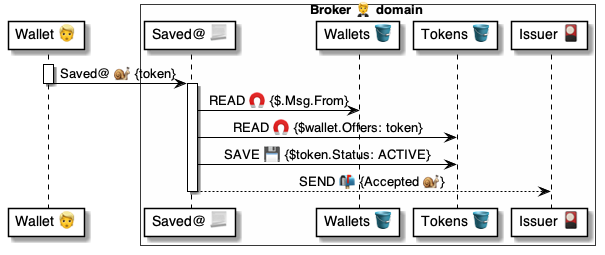
pollyweb-org/pollyweb-docs keeps this PlantUML diagram as 4 ⚙️ Solution/20 🧑‍🦰 UI/Brokers 🤵/🤵🅰️ Broker methods/Tokens 🎫 Saved 🧑‍🦰🐌🤵/🤵 Saved ⚙️ uml.png. Above is the earlier version. Its source is kept beside it as 4 ⚙️ Solution/20 🧑‍🦰 UI/Brokers 🤵/🤵🅰️ Broker methods/Tokens 🎫 Saved 🧑‍🦰🐌🤵/🤵 Saved ⚙️ uml.puml.
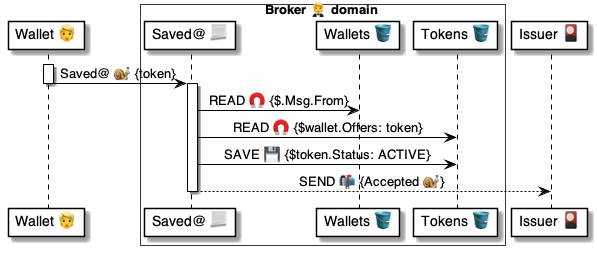
The same file after the commit.

Diff of the diagram source:
```diff
@@ -2,13 +2,13 @@
 
 
 participant "Wallet 👱" as wallet
-
 box Broker 🤵 domain #FFFFFA
     participant "Saved@ 📃" as broker
     participant "Wallets 🪣" as wallets
     participant "Tokens 🪣" as tokens
-    participant "Issuer 🎴" as issuer
 end box
+participant "Issuer 🎴" as issuer
+
 
 activate wallet
     wallet -> broker: Saved@ 🐌 {token}
```
